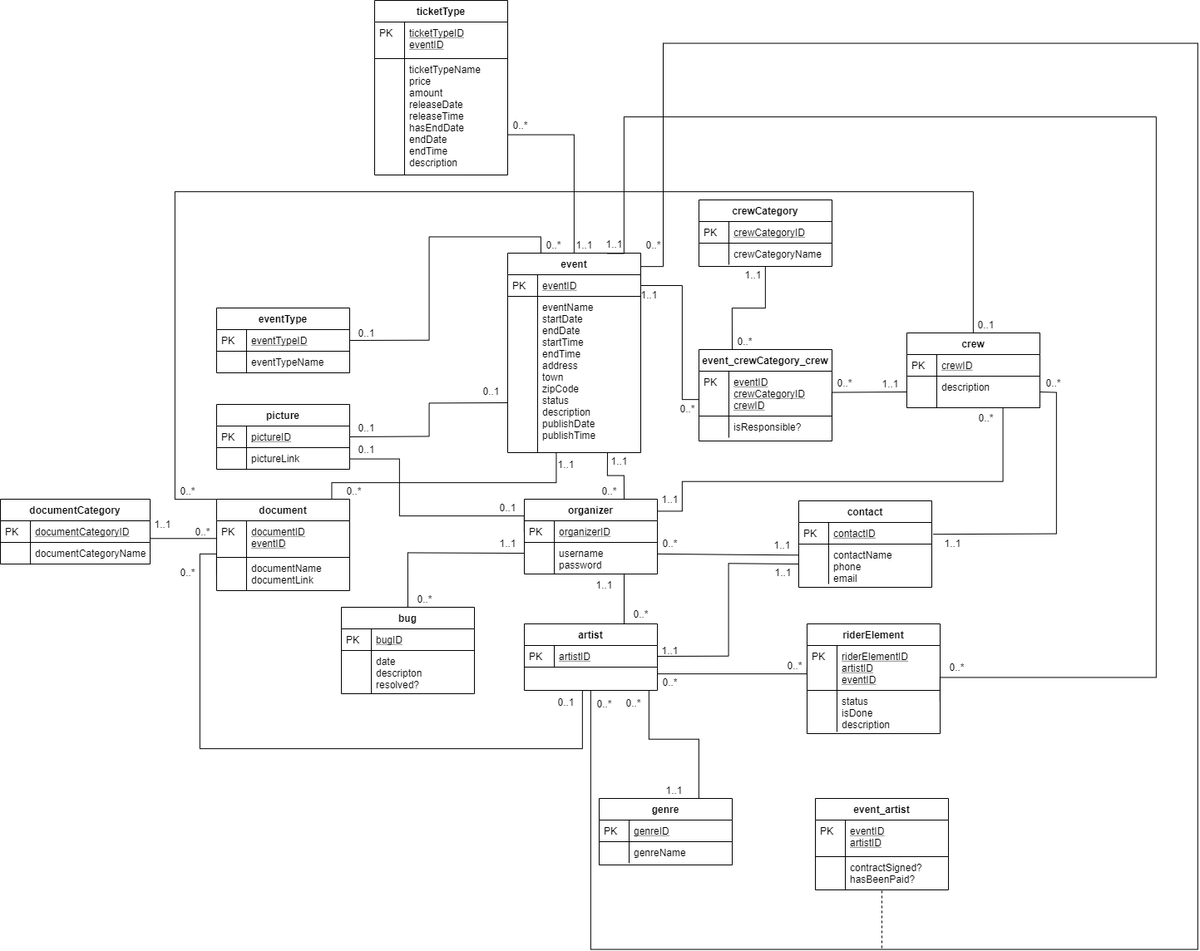
Earlier version of the draw.io export documentation/models/database/DatabaseModel.png (williamjar/Harmoni). Source tidied: cells renumbered, new cells last; positions are measured from the earlier drawing's top-left corner, leaving out a move shared by most shapes.
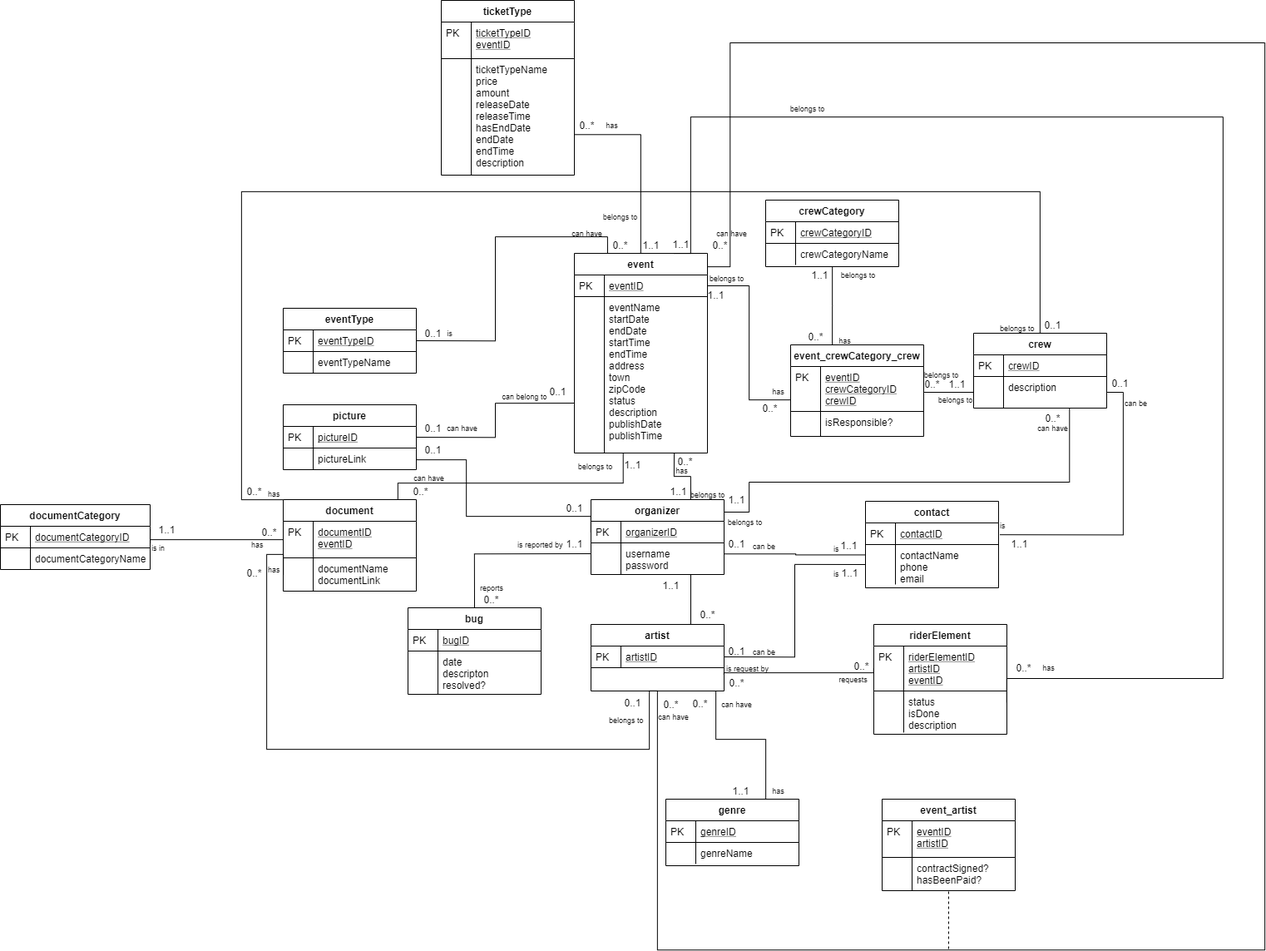
After the commit.

Diff of the diagram source:
```diff
@@ -122,3 +122,3 @@
     <mxCell id="34" value="documentCategory" style="swimlane;fontStyle=1;horizontal=1;startSize=26;rounded=0;shadow=0;strokeWidth=1;" parent="1" vertex="1">
-      <mxGeometry y="600" width="180" height="78" as="geometry" />
+      <mxGeometry x="-80" y="606" width="180" height="78" as="geometry" />
     </mxCell>
@@ -175,3 +175,3 @@
     </mxCell>
-    <mxCell id="52" style="edgeStyle=orthogonalEdgeStyle;rounded=0;jettySize=auto;html=1;startArrow=none;startFill=0;endArrow=none;endFill=0;entryX=0.25;entryY=0;entryDx=0;entryDy=0;" parent="1" edge="1" source="53" target="81">
+    <mxCell id="52" style="edgeStyle=orthogonalEdgeStyle;rounded=0;jettySize=auto;html=1;startArrow=none;startFill=0;endArrow=none;endFill=0;entryX=0.313;entryY=-0.001;entryDx=0;entryDy=0;entryPerimeter=0;" parent="1" edge="1" source="53" target="81">
       <mxGeometry relative="1" as="geometry" />
@@ -241,7 +241,6 @@
     </mxCell>
-    <mxCell id="74" style="edgeStyle=orthogonalEdgeStyle;rounded=0;jettySize=auto;html=1;entryX=0;entryY=0.5;entryDx=0;entryDy=0;startArrow=none;startFill=0;endArrow=none;endFill=0;" parent="1" edge="1" target="30">
+    <mxCell id="74" style="edgeStyle=orthogonalEdgeStyle;rounded=0;jettySize=auto;html=1;entryX=0;entryY=0.5;entryDx=0;entryDy=0;startArrow=none;startFill=0;endArrow=none;endFill=0;exitX=1.001;exitY=0.775;exitDx=0;exitDy=0;exitPerimeter=0;" parent="1" edge="1" source="35" target="30">
       <mxGeometry relative="1" as="geometry">
-        <mxPoint x="180" y="648" as="sourcePoint" />
         <Array as="points">
-          <mxPoint x="180" y="648" />
+          <mxPoint x="100" y="648" />
         </Array>
@@ -277,2 +276,3 @@
         <Array as="points">
+          <mxPoint x="876" y="665" />
           <mxPoint x="876" y="666" />
@@ -288,3 +288,3 @@
     <mxCell id="81" value="event_crewCategory_crew" style="swimlane;fontStyle=1;horizontal=1;startSize=26;rounded=0;shadow=0;strokeWidth=1;" parent="1" vertex="1">
-      <mxGeometry x="840" y="420" width="160" height="110" as="geometry" />
+      <mxGeometry x="870" y="414" width="160" height="110" as="geometry" />
     </mxCell>
@@ -297,6 +297,6 @@
     <mxCell id="84" value="isResponsible?" style="shape=partialRectangle;top=0;left=0;right=0;bottom=0;align=left;verticalAlign=top;fillColor=none;spacingLeft=40;spacingRight=4;overflow=hidden;rounded=0;shadow=0;strokeWidth=1;" parent="81" vertex="1">
-      <mxGeometry y="80" width="160" height="26" as="geometry" />
+      <mxGeometry y="80" width="160" height="30" as="geometry" />
     </mxCell>
     <mxCell id="85" style="shape=partialRectangle;top=0;left=0;bottom=0;fillColor=none;align=left;verticalAlign=top;spacingLeft=4;spacingRight=4;overflow=hidden;" parent="84" vertex="1">
-      <mxGeometry width="36" height="26" as="geometry" />
+      <mxGeometry width="36" height="30" as="geometry" />
     </mxCell>
@@ -311,5 +311,2 @@
     </mxCell>
-    <mxCell id="87" value="1..1" style="text;html=1;align=center;verticalAlign=middle;points=[];" parent="1" vertex="1">
-      <mxGeometry x="175" y="620" width="40" height="20" as="geometry" />
-    </mxCell>
     <mxCell id="88" value="0..*" style="text;html=1;align=center;verticalAlign=middle;" parent="1" vertex="1">
@@ -353,4 +350,4 @@
     </mxCell>
-    <mxCell id="101" value="0..*" style="text;html=1;align=center;verticalAlign=middle;" parent="1" vertex="1">
-      <mxGeometry x="790" y="643.3" width="30" height="20" as="geometry" />
+    <mxCell id="101" value="0..1" style="text;html=1;align=center;verticalAlign=middle;" parent="1" vertex="1">
+      <mxGeometry x="785" y="643.3" width="40" height="20" as="geometry" />
     </mxCell>
@@ -365,4 +362,4 @@
     </mxCell>
-    <mxCell id="105" value="0..*" style="text;html=1;align=center;verticalAlign=middle;" parent="1" vertex="1">
-      <mxGeometry x="1251" y="450" width="30" height="20" as="geometry" />
+    <mxCell id="105" value="0..1" style="text;html=1;align=center;verticalAlign=middle;" parent="1" vertex="1">
+      <mxGeometry x="1246" y="450" width="40" height="20" as="geometry" />
     </mxCell>
@@ -372,3 +369,3 @@
     <mxCell id="107" value="0..*" style="text;html=1;align=center;verticalAlign=middle;" parent="1" vertex="1">
-      <mxGeometry x="1000" y="450" width="30" height="20" as="geometry" />
+      <mxGeometry x="1025" y="451" width="30" height="20" as="geometry" />
     </mxCell>
@@ -383,10 +380,9 @@
     </mxCell>
-    <mxCell id="111" style="edgeStyle=orthogonalEdgeStyle;rounded=0;jettySize=auto;html=1;exitX=0;exitY=0.5;exitDx=0;exitDy=0;entryX=1;entryY=-0.244;entryDx=0;entryDy=0;entryPerimeter=0;startArrow=none;startFill=0;endArrow=none;endFill=0;" parent="1" edge="1" source="61">
+    <mxCell id="111" style="edgeStyle=orthogonalEdgeStyle;rounded=0;jettySize=auto;html=1;exitX=0;exitY=0.5;exitDx=0;exitDy=0;startArrow=none;startFill=0;endArrow=none;endFill=0;" parent="1" edge="1" source="61">
       <mxGeometry relative="1" as="geometry">
-        <mxPoint x="1000" y="519.7" as="targetPoint" />
+        <mxPoint x="1030" y="471" as="targetPoint" />
       </mxGeometry>
     </mxCell>
-    <mxCell id="112" style="edgeStyle=orthogonalEdgeStyle;rounded=0;jettySize=auto;html=1;exitX=1;exitY=0.5;exitDx=0;exitDy=0;startArrow=none;startFill=0;endArrow=none;endFill=0;" parent="1" edge="1" source="11">
+    <mxCell id="112" style="edgeStyle=orthogonalEdgeStyle;rounded=0;jettySize=auto;html=1;exitX=1;exitY=0.5;exitDx=0;exitDy=0;startArrow=none;startFill=0;endArrow=none;endFill=0;entryX=0;entryY=0.743;entryDx=0;entryDy=0;entryPerimeter=0;" parent="1" edge="1" source="11" target="82">
       <mxGeometry relative="1" as="geometry">
-        <mxPoint x="840" y="480" as="targetPoint" />
         <Array as="points">
@@ -394,3 +390,2 @@
           <mxPoint x="820" y="480" />
-          <mxPoint x="840" y="480" />
         </Array>
@@ -399,6 +394,6 @@
     <mxCell id="113" value="0..*" style="text;html=1;align=center;verticalAlign=middle;" parent="1" vertex="1">
-      <mxGeometry x="880" y="400" width="30" height="20" as="geometry" />
+      <mxGeometry x="885" y="394" width="30" height="20" as="geometry" />
     </mxCell>
     <mxCell id="114" value="0..*" style="text;html=1;align=center;verticalAlign=middle;" parent="1" vertex="1">
-      <mxGeometry x="811" y="481" width="30" height="20" as="geometry" />
+      <mxGeometry x="830" y="480" width="30" height="20" as="geometry" />
     </mxCell>
@@ -415,3 +410,3 @@
     <mxCell id="116" value="1..1" style="text;html=1;align=center;verticalAlign=middle;" parent="1" vertex="1">
-      <mxGeometry x="724" y="544" width="40" height="20" as="geometry" />
+      <mxGeometry x="715" y="580" width="40" height="20" as="geometry" />
     </mxCell>
@@ -423,3 +418,3 @@
     </mxCell>
-    <mxCell id="119" value="1..1" style="text;html=1;align=center;verticalAlign=middle;" parent="1" vertex="1">
+    <mxCell id="119" value="0..1" style="text;html=1;align=center;verticalAlign=middle;" parent="1" vertex="1">
       <mxGeometry x="785" y="772" width="40" height="20" as="geometry" />
@@ -439,3 +434,3 @@
     <mxCell id="124" value="0..*" style="text;html=1;align=center;verticalAlign=middle;" parent="1" vertex="1">
-      <mxGeometry x="716.7" y="580" width="30" height="20" as="geometry" />
+      <mxGeometry x="728" y="544" width="30" height="20" as="geometry" />
     </mxCell>
@@ -524,2 +519,128 @@
     </mxCell>
+    <mxCell id="87" value="1..1" style="text;html=1;align=center;verticalAlign=middle;points=[];" parent="1" vertex="1">
+      <mxGeometry x="100" y="626" width="40" height="20" as="geometry" />
+    </mxCell>
+    <mxCell id="147" style="edgeStyle=orthogonalEdgeStyle;rounded=0;jettySize=auto;html=1;entryX=0;entryY=0.5;entryDx=0;entryDy=0;startArrow=none;startFill=0;endArrow=none;endFill=0;exitX=1;exitY=0.5;exitDx=0;exitDy=0;" parent="1" edge="1" source="35" target="87">
+      <mxGeometry relative="1" as="geometry" />
+    </mxCell>
+    <mxCell id="148" value="has" style="text;html=1;fontSize=9;" parent="1" vertex="1">
+      <mxGeometry x="220" y="643.3" width="20" height="16.7" as="geometry" />
+    </mxCell>
+    <mxCell id="149" value="is in" style="text;html=1;fontSize=9;" parent="1" vertex="1">
+      <mxGeometry x="100" y="646.7" width="20" height="16.7" as="geometry" />
+    </mxCell>
+    <mxCell id="150" value="belongs to" style="text;html=1;fontSize=9;" parent="1" vertex="1">
+      <mxGeometry x="650" y="854" width="37.3" height="16.7" as="geometry" />
+    </mxCell>
+    <mxCell id="151" value="has" style="text;html=1;fontSize=9;" parent="1" vertex="1">
+      <mxGeometry x="240" y="673.3" width="20" height="16.7" as="geometry" />
+    </mxCell>
+    <mxCell id="152" value="reports" style="text;html=1;fontSize=9;" parent="1" vertex="1">
+      <mxGeometry x="495" y="694.7" width="20" height="16.7" as="geometry" />
+    </mxCell>
+    <mxCell id="153" value="is reported by" style="text;html=1;fontSize=9;" parent="1" vertex="1">
+      <mxGeometry x="540" y="643.3" width="20" height="16.7" as="geometry" />
+    </mxCell>
+    <mxCell id="154" value="has" style="text;html=1;fontSize=9;" parent="1" vertex="1">
+      <mxGeometry x="240" y="581.7" width="20" height="16.7" as="geometry" />
+    </mxCell>
+    <mxCell id="155" value="belongs to" style="text;html=1;fontSize=9;" parent="1" vertex="1">
+      <mxGeometry x="1120" y="383" width="37.3" height="16.7" as="geometry" />
+    </mxCell>
+    <mxCell id="156" value="is" style="text;html=1;fontSize=9;" parent="1" vertex="1">
+      <mxGeometry x="1120" y="620" width="37.3" height="16.7" as="geometry" />
+    </mxCell>
+    <mxCell id="157" value="can be" style="text;html=1;fontSize=9;" parent="1" vertex="1">
+      <mxGeometry x="1270" y="473.3" width="37.3" height="16.7" as="geometry" />
+    </mxCell>
+    <mxCell id="158" value="is" style="text;html=1;fontSize=9;" parent="1" vertex="1">
+      <mxGeometry x="920" y="648.3" width="37.3" height="16.7" as="geometry" />
+    </mxCell>
+    <mxCell id="159" value="is" style="text;html=1;fontSize=9;" parent="1" vertex="1">
+      <mxGeometry x="920" y="678" width="37.3" height="16.7" as="geometry" />
+    </mxCell>
+    <mxCell id="160" value="can be" style="text;html=1;fontSize=9;" parent="1" vertex="1">
+      <mxGeometry x="823.4" y="645" width="37.3" height="16.7" as="geometry" />
+    </mxCell>
+    <mxCell id="161" value="can be" style="text;html=1;fontSize=9;" parent="1" vertex="1">
+      <mxGeometry x="823.4" y="772" width="37.3" height="16.7" as="geometry" />
+    </mxCell>
+    <mxCell id="162" value="has" style="text;html=1;align=center;verticalAlign=middle;fontSize=9;" parent="1" vertex="1">
+      <mxGeometry x="1165" y="792" width="30" height="20" as="geometry" />
+    </mxCell>
+    <mxCell id="163" value="belongs to" style="text;html=1;align=center;verticalAlign=middle;fontSize=9;" parent="1" vertex="1">
+      <mxGeometry x="860" y="120" width="60" height="20" as="geometry" />
+    </mxCell>
+    <mxCell id="164" value="has" style="text;html=1;align=center;verticalAlign=middle;fontSize=9;" parent="1" vertex="1">
+      <mxGeometry x="640" y="140" width="30" height="20" as="geometry" />
+    </mxCell>
+    <mxCell id="165" value="belongs to" style="text;html=1;align=center;verticalAlign=middle;fontSize=9;" parent="1" vertex="1">
+      <mxGeometry x="635" y="250" width="60" height="20" as="geometry" />
+    </mxCell>
+    <mxCell id="166" value="is" style="text;html=1;align=center;verticalAlign=middle;fontSize=9;" parent="1" vertex="1">
+      <mxGeometry x="450" y="390" width="20" height="20" as="geometry" />
+    </mxCell>
+    <mxCell id="167" value="can have" style="text;html=1;align=center;verticalAlign=middle;fontSize=9;" parent="1" vertex="1">
+      <mxGeometry x="600" y="270" width="50" height="20" as="geometry" />
+    </mxCell>
+    <mxCell id="168" value="can have" style="text;html=1;align=center;verticalAlign=middle;fontSize=9;" parent="1" vertex="1">
+      <mxGeometry x="450" y="504" width="50" height="20" as="geometry" />
+    </mxCell>
+    <mxCell id="169" value="can belong to" style="text;html=1;align=center;verticalAlign=middle;fontSize=9;" parent="1" vertex="1">
+      <mxGeometry x="515" y="466" width="70" height="20" as="geometry" />
+    </mxCell>
+    <mxCell id="170" value="can have" style="text;html=1;align=center;verticalAlign=middle;fontSize=9;" parent="1" vertex="1">
+      <mxGeometry x="410" y="564" width="50" height="20" as="geometry" />
+    </mxCell>
+    <mxCell id="171" value="belongs to" style="text;html=1;align=center;verticalAlign=middle;fontSize=9;" parent="1" vertex="1">
+      <mxGeometry x="605" y="550" width="60" height="20" as="geometry" />
+    </mxCell>
+    <mxCell id="172" value="belongs to" style="text;html=1;align=center;verticalAlign=middle;fontSize=9;" parent="1" vertex="1">
+      <mxGeometry x="740" y="584" width="60" height="20" as="geometry" />
+    </mxCell>
+    <mxCell id="173" value="has" style="text;html=1;align=center;verticalAlign=middle;fontSize=9;" parent="1" vertex="1">
+      <mxGeometry x="724" y="555" width="30" height="20" as="geometry" />
+    </mxCell>
+    <mxCell id="174" value="belongs to" style="text;html=1;align=center;verticalAlign=middle;fontSize=9;" parent="1" vertex="1">
+      <mxGeometry x="785" y="616.7" width="60" height="20" as="geometry" />
+    </mxCell>
+    <mxCell id="175" value="can have" style="text;html=1;align=center;verticalAlign=middle;fontSize=9;" parent="1" vertex="1">
+      <mxGeometry x="1160" y="504" width="50" height="20" as="geometry" />
+    </mxCell>
+    <mxCell id="176" value="is request by" style="text;html=1;align=center;verticalAlign=middle;fontSize=9;" parent="1" vertex="1">
+      <mxGeometry x="783" y="792.7" width="70" height="20" as="geometry" />
+    </mxCell>
+    <mxCell id="177" value="requests" style="text;html=1;align=center;verticalAlign=middle;fontSize=9;" parent="1" vertex="1">
+      <mxGeometry x="920" y="806" width="50" height="20" as="geometry" />
+    </mxCell>
+    <mxCell id="178" value="has" style="text;html=1;align=center;verticalAlign=middle;fontSize=9;" parent="1" vertex="1">
+      <mxGeometry x="840" y="940" width="30" height="20" as="geometry" />
+    </mxCell>
+    <mxCell id="179" value="can have" style="text;html=1;align=center;verticalAlign=middle;fontSize=9;" parent="1" vertex="1">
+      <mxGeometry x="780" y="836" width="50" height="20" as="geometry" />
+    </mxCell>
+    <mxCell id="180" value="can have" style="text;html=1;align=center;verticalAlign=middle;fontSize=9;" parent="1" vertex="1">
+      <mxGeometry x="704" y="850.7" width="50" height="20" as="geometry" />
+    </mxCell>
+    <mxCell id="181" value="can have" style="text;html=1;align=center;verticalAlign=middle;fontSize=9;" parent="1" vertex="1">
+      <mxGeometry x="774.4" y="270" width="50" height="20" as="geometry" />
+    </mxCell>
+    <mxCell id="182" value="has" style="text;html=1;align=center;verticalAlign=middle;fontSize=9;" parent="1" vertex="1">
+      <mxGeometry x="920" y="399" width="30" height="20" as="geometry" />
+    </mxCell>
+    <mxCell id="183" value="belongs to" style="text;html=1;align=center;verticalAlign=middle;fontSize=9;" parent="1" vertex="1">
+      <mxGeometry x="1021" y="440" width="60" height="20" as="geometry" />
+    </mxCell>
+    <mxCell id="184" value="has" style="text;html=1;align=center;verticalAlign=middle;fontSize=9;" parent="1" vertex="1">
+      <mxGeometry x="840" y="460" width="30" height="20" as="geometry" />
+    </mxCell>
+    <mxCell id="185" value="belongs to" style="text;html=1;align=center;verticalAlign=middle;fontSize=9;" parent="1" vertex="1">
+      <mxGeometry x="763.4" y="324" width="60" height="20" as="geometry" />
+    </mxCell>
+    <mxCell id="186" value="belongs to" style="text;html=1;align=center;verticalAlign=middle;fontSize=9;" parent="1" vertex="1">
+      <mxGeometry x="921" y="320" width="60" height="20" as="geometry" />
+    </mxCell>
+    <mxCell id="187" value="belongs to" style="text;html=1;align=center;verticalAlign=middle;fontSize=9;" parent="1" vertex="1">
+      <mxGeometry x="1038" y="470" width="60" height="20" as="geometry" />
+    </mxCell>
   </root>
```
